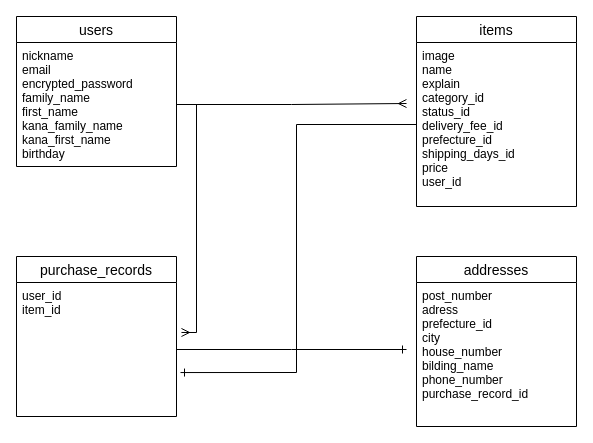
Above: ER.dio in tasuke-61/furima-28661 (draw.io), before the change. Source tidied: cells renumbered, new cells numbered last; positions are measured from the earlier drawing's top-left corner, leaving out a move shared by most shapes. Both pictures are drawn from the tidied source at 100%, with x=0, y=0 at pixel (16, 16).
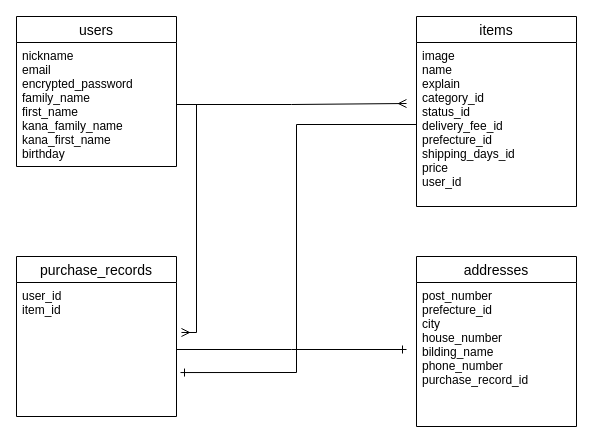
The same page after the edit.

Commit message (it also covers changes not shown here):
データベース設計7

Change to the diagram source:
```diff
@@
 <mxGraphModel>
   <root>
     <mxCell id="0" />
     <mxCell id="1" parent="0" />
     <mxCell id="2" value="users" style="swimlane;fontStyle=0;horizontal=1;startSize=26;align=center;fontSize=14;" parent="1" vertex="1">
       <mxGeometry width="160" height="150" as="geometry" />
     </mxCell>
     <mxCell id="3" value="nickname&#10;email&#10;encrypted_password&#10;family_name&#10;first_name&#10;kana_family_name&#10;kana_first_name&#10;birthday&#10;" style="text;strokeColor=none;fillColor=none;spacingLeft=4;spacingRight=4;overflow=hidden;points=[[0,0.5],[1,0.5]];portConstraint=eastwest;fontSize=12;" parent="2" vertex="1">
       <mxGeometry y="26" width="160" height="124" as="geometry" />
     </mxCell>
     <mxCell id="4" value="items" style="swimlane;fontStyle=0;horizontal=1;startSize=26;align=center;fontSize=14;" parent="1" vertex="1">
       <mxGeometry x="400" width="160" height="190" as="geometry" />
     </mxCell>
     <mxCell id="5" value="image&#10;name&#10;explain&#10;category_id&#10;status_id&#10;delivery_fee_id&#10;prefecture_id&#10;shipping_days_id&#10;price&#10;user_id&#10;" style="text;strokeColor=none;fillColor=none;spacingLeft=4;spacingRight=4;overflow=hidden;points=[[0,0.5],[1,0.5]];portConstraint=eastwest;fontSize=12;" parent="4" vertex="1">
       <mxGeometry y="26" width="160" height="164" as="geometry" />
     </mxCell>
     <mxCell id="6" value="purchase_records" style="swimlane;fontStyle=0;horizontal=1;startSize=26;align=center;fontSize=14;" parent="1" vertex="1">
       <mxGeometry y="240" width="160" height="160" as="geometry" />
     </mxCell>
     <mxCell id="7" value="addresses" style="swimlane;fontStyle=0;horizontal=1;startSize=26;align=center;fontSize=14;" parent="1" vertex="1">
       <mxGeometry x="400" y="240" width="160" height="170" as="geometry" />
     </mxCell>
-    <mxCell id="8" value="post_number&#10;adress&#10;prefecture_id&#10;city&#10;house_number&#10;bilding_name&#10;phone_number&#10;purchase_record_id" style="text;strokeColor=none;fillColor=none;spacingLeft=4;spacingRight=4;overflow=hidden;fontSize=12;" parent="7" vertex="1">
+    <mxCell id="8" value="post_number&#10;prefecture_id&#10;city&#10;house_number&#10;bilding_name&#10;phone_number&#10;purchase_record_id" style="text;strokeColor=none;fillColor=none;spacingLeft=4;spacingRight=4;overflow=hidden;fontSize=12;" parent="7" vertex="1">
       <mxGeometry y="26" width="160" height="144" as="geometry" />
     </mxCell>
     <mxCell id="9" style="edgeStyle=orthogonalEdgeStyle;rounded=0;jettySize=auto;html=1;exitX=1;exitY=0.5;exitDx=0;exitDy=0;endArrow=ERone;endFill=0;" parent="1" edge="1" source="10">
       <mxGeometry relative="1" as="geometry">
         <mxPoint x="390" y="333" as="targetPoint" />
       </mxGeometry>
     </mxCell>
     <mxCell id="10" value="user_id&#10;item_id" style="text;strokeColor=none;fillColor=none;spacingLeft=4;spacingRight=4;overflow=hidden;points=[[0,0.5],[1,0.5]];portConstraint=eastwest;fontSize=12;" parent="1" vertex="1">
       <mxGeometry y="266" width="160" height="134" as="geometry" />
     </mxCell>
     <mxCell id="11" style="edgeStyle=orthogonalEdgeStyle;rounded=0;jettySize=auto;html=1;exitX=1;exitY=0.5;exitDx=0;exitDy=0;entryX=1.031;entryY=0.373;entryDx=0;entryDy=0;entryPerimeter=0;endArrow=ERmany;endFill=0;" parent="1" edge="1" source="3" target="10">
       <mxGeometry relative="1" as="geometry" />
     </mxCell>
     <mxCell id="12" style="edgeStyle=orthogonalEdgeStyle;rounded=0;jettySize=auto;html=1;exitX=1;exitY=0.5;exitDx=0;exitDy=0;endArrow=ERmany;endFill=0;" parent="1" edge="1" source="3">
       <mxGeometry relative="1" as="geometry">
         <mxPoint x="390" y="87" as="targetPoint" />
       </mxGeometry>
     </mxCell>
     <mxCell id="13" style="edgeStyle=orthogonalEdgeStyle;rounded=0;jettySize=auto;html=1;exitX=0;exitY=0.5;exitDx=0;exitDy=0;entryX=1.025;entryY=0.672;entryDx=0;entryDy=0;entryPerimeter=0;endArrow=ERone;endFill=0;" parent="1" edge="1" source="5" target="10">
       <mxGeometry relative="1" as="geometry" />
     </mxCell>
   </root>
 </mxGraphModel>
```
